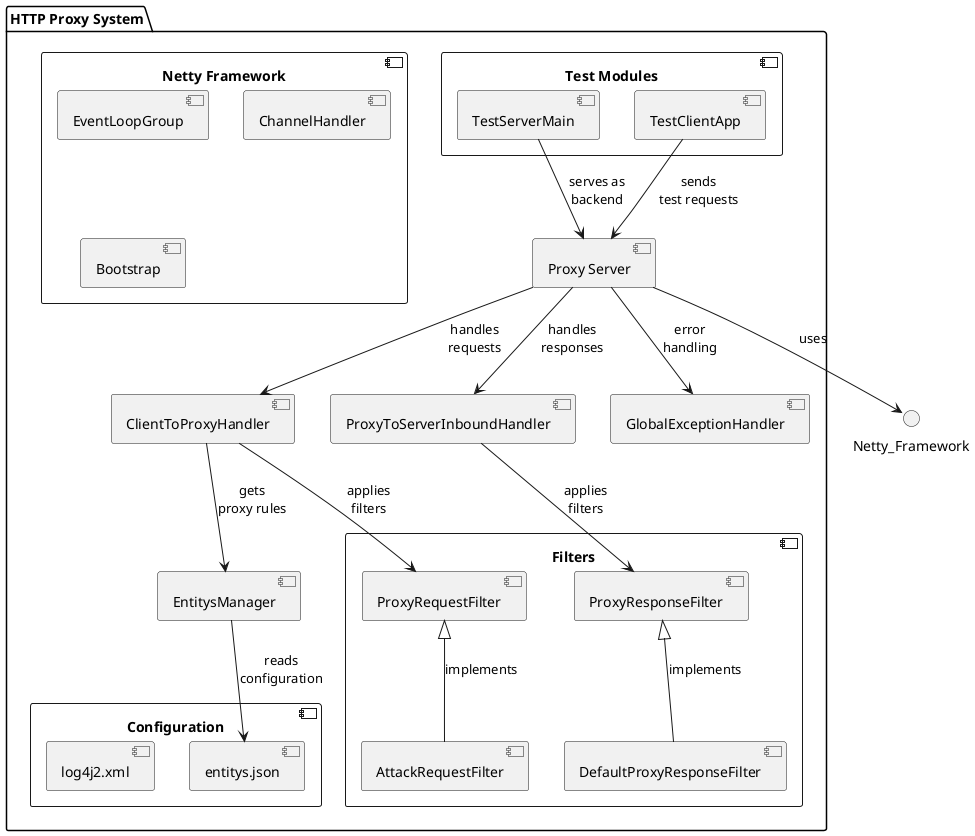
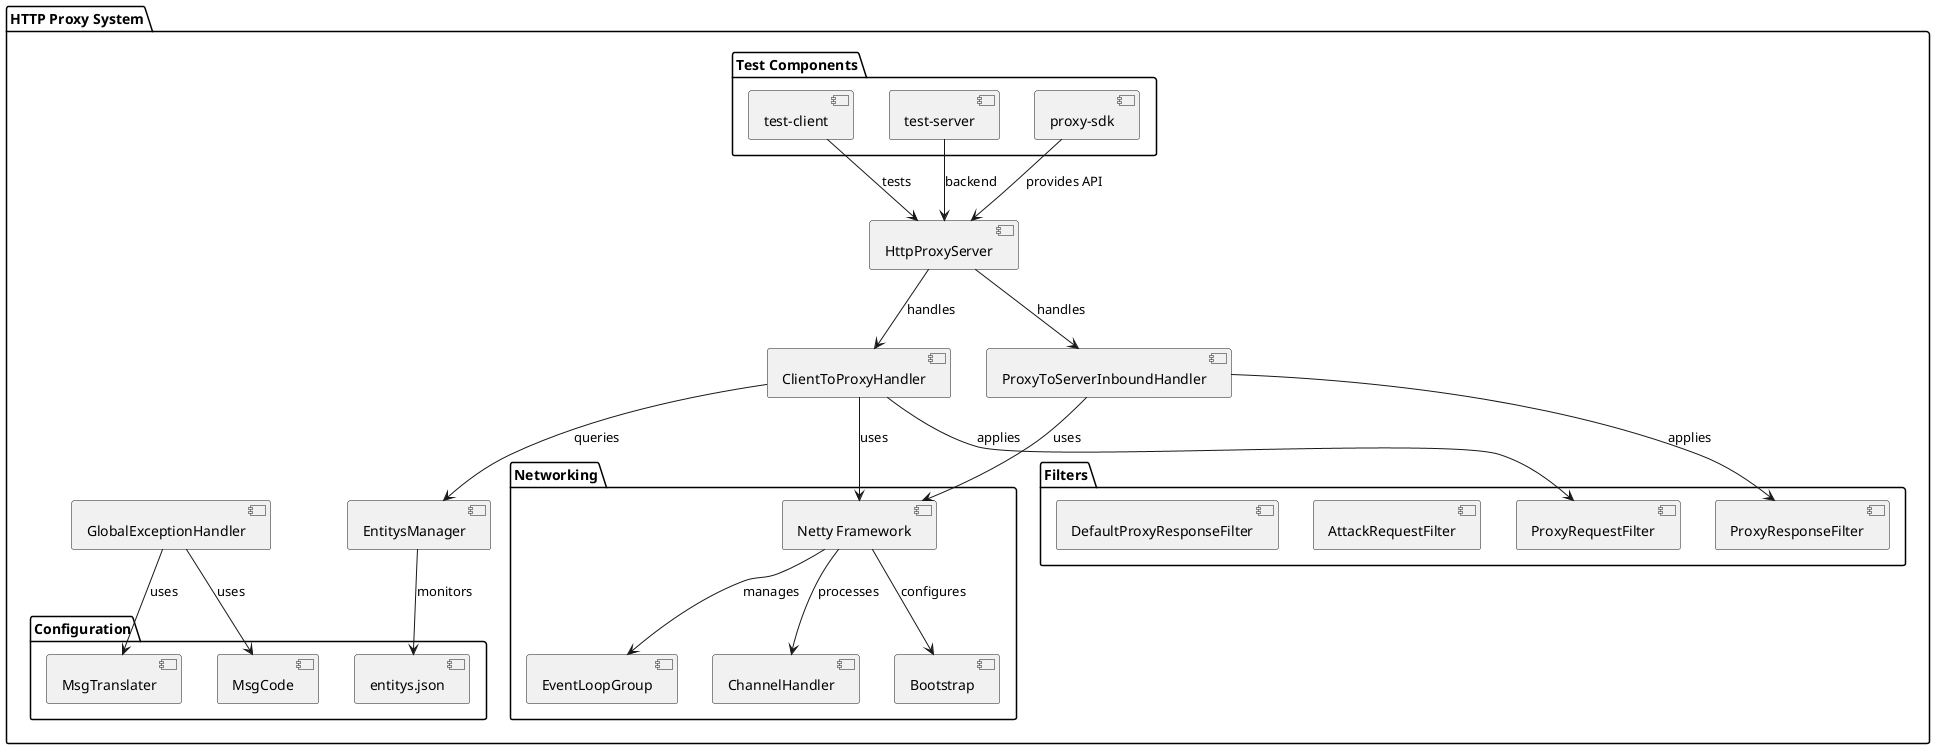
```plantuml
@startuml lvyahui8_http-proxy

package "HTTP Proxy System" {
-     [Proxy Server] as proxy_server
-     [ClientToProxyHandler] as client_handler
-     [ProxyToServerInboundHandler] as server_handler
-     [EntitysManager] as entity_manager
-     [GlobalExceptionHandler] as exception_handler
+     [HttpProxyServer] as server
+     [ClientToProxyHandler] as clientHandler
+     [ProxyToServerInboundHandler] as serverHandler
+     [EntitysManager] as entityManager
+     [GlobalExceptionHandler] as exceptionHandler

-     component "Filters" {
-         [ProxyRequestFilter] as request_filter
-         [ProxyResponseFilter] as response_filter
-         [AttackRequestFilter] as attack_filter
-         [DefaultProxyResponseFilter] as default_response_filter
+     package "Filters" {
+         [ProxyRequestFilter] as requestFilter
+         [ProxyResponseFilter] as responseFilter
+         [AttackRequestFilter] as attackFilter
+         [DefaultProxyResponseFilter] as defaultFilter
    }

-     component "Test Modules" {
-         [TestClientApp] as test_client
-         [TestServerMain] as test_server
+     package "Networking" {
+         [Netty Framework] as netty
+         [EventLoopGroup] as eventLoop
+         [ChannelHandler] as channelHandler
+         [Bootstrap] as bootstrap
    }

-     component "Configuration" {
-         [entitys.json] as config_file
-         [log4j2.xml] as log_config
+     package "Configuration" {
+         [entitys.json] as configFile
+         [MsgTranslater] as msgTranslater
+         [MsgCode] as msgCode
    }

-     component "Netty Framework" {
-         [EventLoopGroup] as event_loop
-         [ChannelHandler] as channel_handler
-         [Bootstrap] as bootstrap
+     package "Test Components" {
+         [test-client] as testClient
+         [test-server] as testServer
+         [proxy-sdk] as sdk
    }
}

- proxy_server --> client_handler : handles\nrequests
- proxy_server --> server_handler : handles\nresponses
- proxy_server --> exception_handler : error\nhandling
- proxy_server --> Netty_Framework : uses
- 
- client_handler --> entity_manager : gets\nproxy rules
- client_handler --> request_filter : applies\nfilters
- server_handler --> response_filter : applies\nfilters
- 
- entity_manager --> config_file : reads\nconfiguration
- 
- request_filter <|-- attack_filter : implements
- response_filter <|-- default_response_filter : implements
- 
- test_client --> proxy_server : sends\ntest requests
- test_server --> proxy_server : serves as\nbackend
+ server --> clientHandler : handles
+ server --> serverHandler : handles
+ clientHandler --> entityManager : queries
+ clientHandler --> requestFilter : applies
+ serverHandler --> responseFilter : applies
+ entityManager --> configFile : monitors
+ exceptionHandler --> msgTranslater : uses
+ exceptionHandler --> msgCode : uses
+ clientHandler --> netty : uses
+ serverHandler --> netty : uses
+ netty --> eventLoop : manages
+ netty --> channelHandler : processes
+ netty --> bootstrap : configures
+ testClient --> server : tests
+ testServer --> server : backend
+ sdk --> server : provides API

@enduml
```